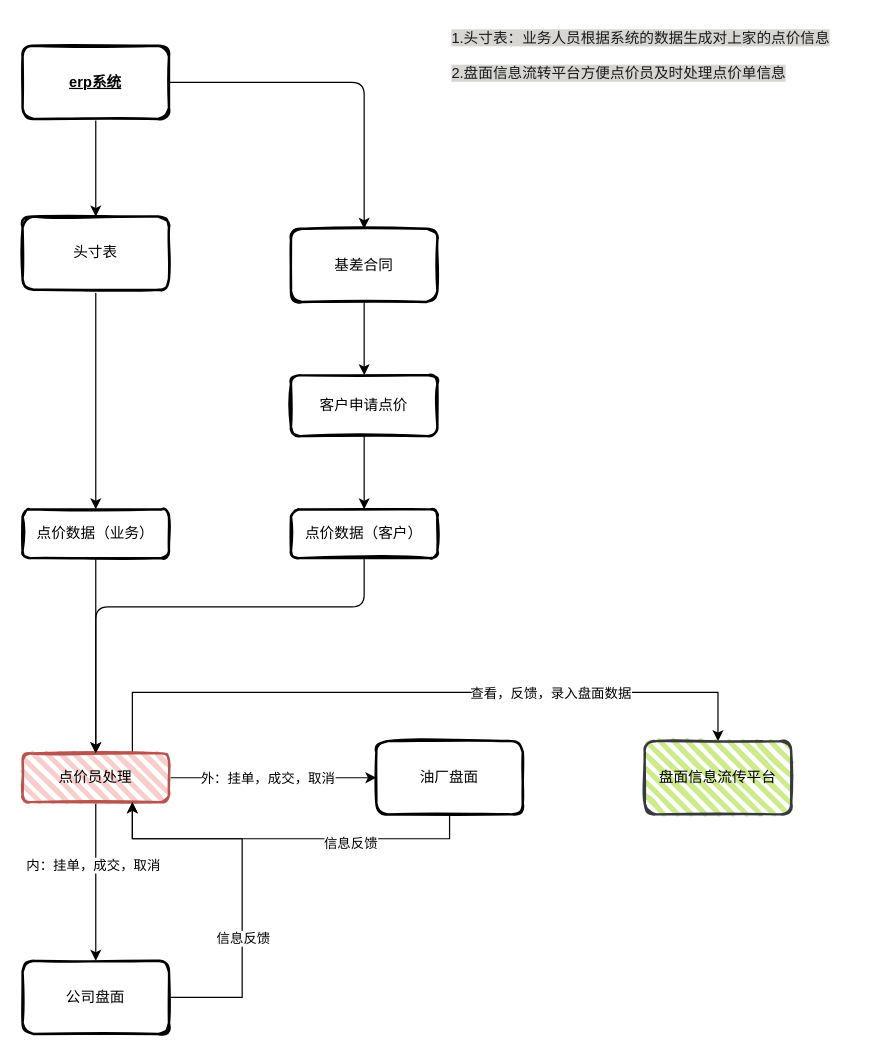
This is 项目工程/点价通/盘面流转信息平台.drawio from lq460541033/draw_dev, a draw.io file, before an edit. Source tidied: cells renumbered, new cells numbered last; positions are measured from the earlier drawing's top-left corner, leaving out a move shared by most shapes. Both pictures are drawn from the tidied source at 122%, with x=0, y=0 at pixel (22, 21).
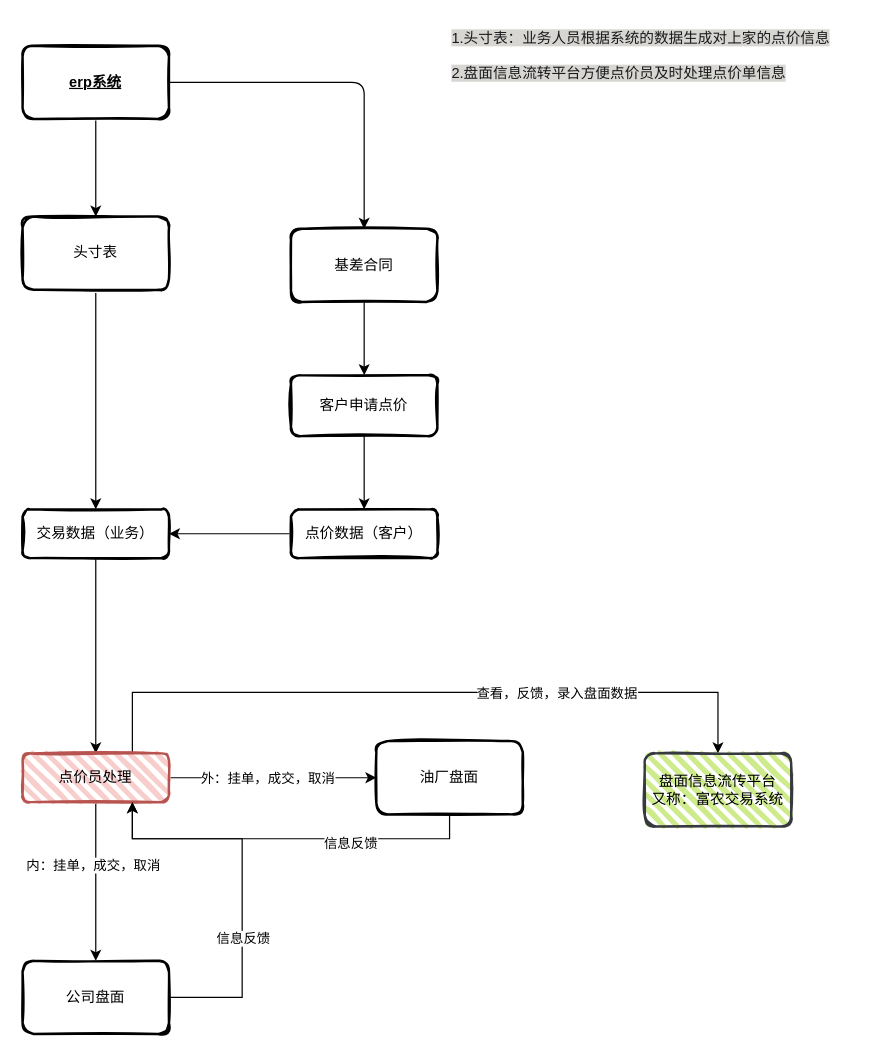
Above is the later version.

Commit message (it also covers changes not shown here):
Update 盘面流转信息平台.drawio

The change refers to these unchanged cells:
```xml
<mxCell id="15" value="点价员处理" style="rounded=1;whiteSpace=wrap;html=1;strokeWidth=2;fillWeight=4;hachureGap=8;hachureAngle=45;sketch=1;fillColor=#f8cecc;strokeColor=#b85450;" parent="1" vertex="1">
  <mxGeometry y="600" width="120" height="40" as="geometry" />
</mxCell>
<mxCell id="27" value="点价数据（客户）" style="rounded=1;whiteSpace=wrap;html=1;strokeWidth=2;fillWeight=4;hachureGap=8;hachureAngle=45;sketch=1;" parent="1" vertex="1">
  <mxGeometry x="220" y="400" width="120" height="40" as="geometry" />
</mxCell>
```

Diff of the diagram source:
```diff
@@
-    <mxCell id="8" value="点价数据（业务）" style="rounded=1;whiteSpace=wrap;html=1;strokeWidth=2;fillWeight=4;hachureGap=8;hachureAngle=45;sketch=1;" parent="1" vertex="1">
+    <mxCell id="8" value="交易数据（业务）" style="rounded=1;whiteSpace=wrap;html=1;strokeWidth=2;fillWeight=4;hachureGap=8;hachureAngle=45;sketch=1;" parent="1" vertex="1">
       <mxGeometry y="400" width="120" height="40" as="geometry" />
     </mxCell>
@@
-    <mxCell id="26" style="edgeStyle=orthogonalEdgeStyle;curved=0;rounded=1;sketch=0;jettySize=auto;html=1;exitX=0.5;exitY=1;exitDx=0;exitDy=0;" parent="1" edge="1" source="27" target="15">
-      <mxGeometry relative="1" as="geometry">
-        <Array as="points">
-          <mxPoint x="280" y="480" />
-          <mxPoint x="60" y="480" />
-        </Array>
-      </mxGeometry>
+    <mxCell id="26" style="edgeStyle=orthogonalEdgeStyle;curved=0;rounded=1;sketch=0;jettySize=auto;html=1;exitX=0;exitY=0.5;exitDx=0;exitDy=0;entryX=1;entryY=0.5;entryDx=0;entryDy=0;" parent="1" edge="1" source="27" target="8">
+      <mxGeometry relative="1" as="geometry" />
     </mxCell>
@@
-    <mxCell id="28" value="盘面信息流传平台" style="rounded=1;whiteSpace=wrap;html=1;strokeWidth=2;fillWeight=4;hachureGap=8;hachureAngle=45;sketch=1;fillColor=#cdeb8b;strokeColor=#36393d;" parent="1" vertex="1">
-      <mxGeometry x="510" y="590" width="120" height="60" as="geometry" />
+    <mxCell id="28" value="盘面信息流传平台&lt;br&gt;又称：富农交易系统" style="rounded=1;whiteSpace=wrap;html=1;strokeWidth=2;fillWeight=4;hachureGap=8;hachureAngle=45;sketch=1;fillColor=#cdeb8b;strokeColor=#36393d;" parent="1" vertex="1">
+      <mxGeometry x="510" y="600" width="120" height="60" as="geometry" />
     </mxCell>
```
